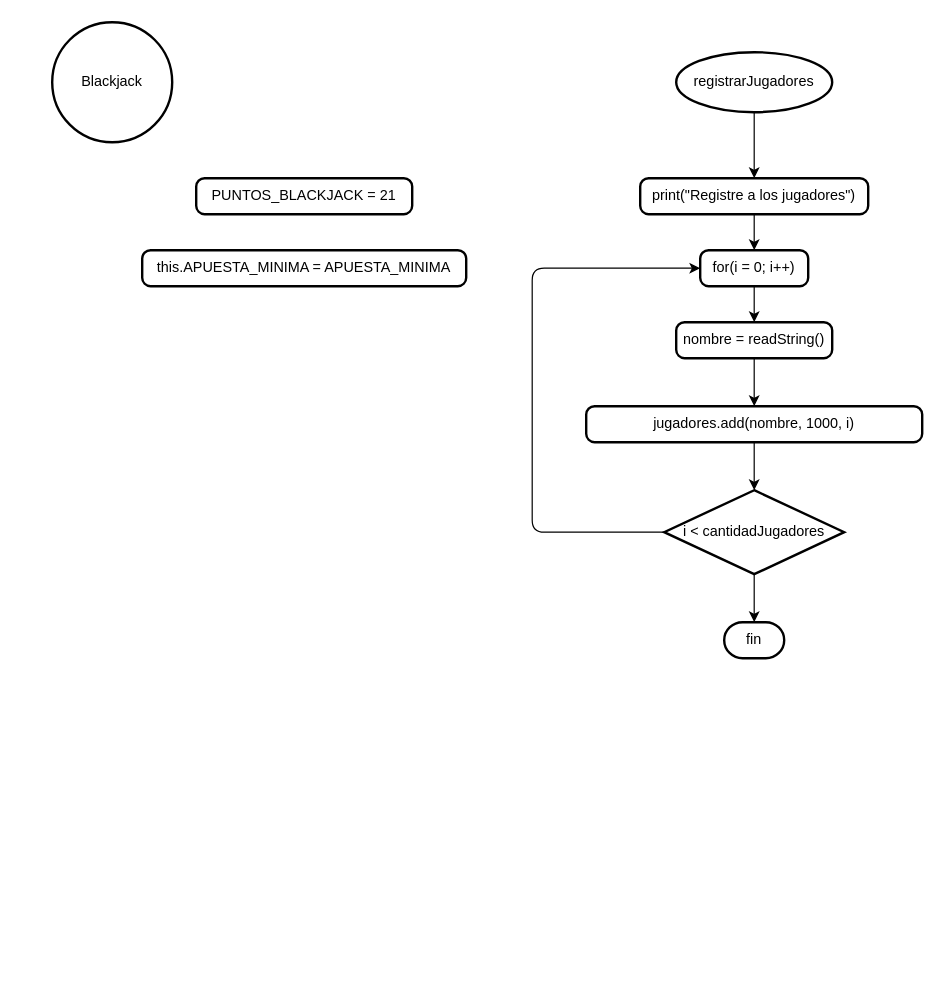
This is flowBlackjack.drawio from Sebastian1247/Juego_Baraja, a draw.io file, before an edit. Source tidied: cells renumbered, new cells numbered last; positions are measured from the earlier drawing's top-left corner, leaving out a move shared by most shapes. Both pictures are drawn from the tidied source at 120%, with x=0, y=0 at pixel (52, 22).
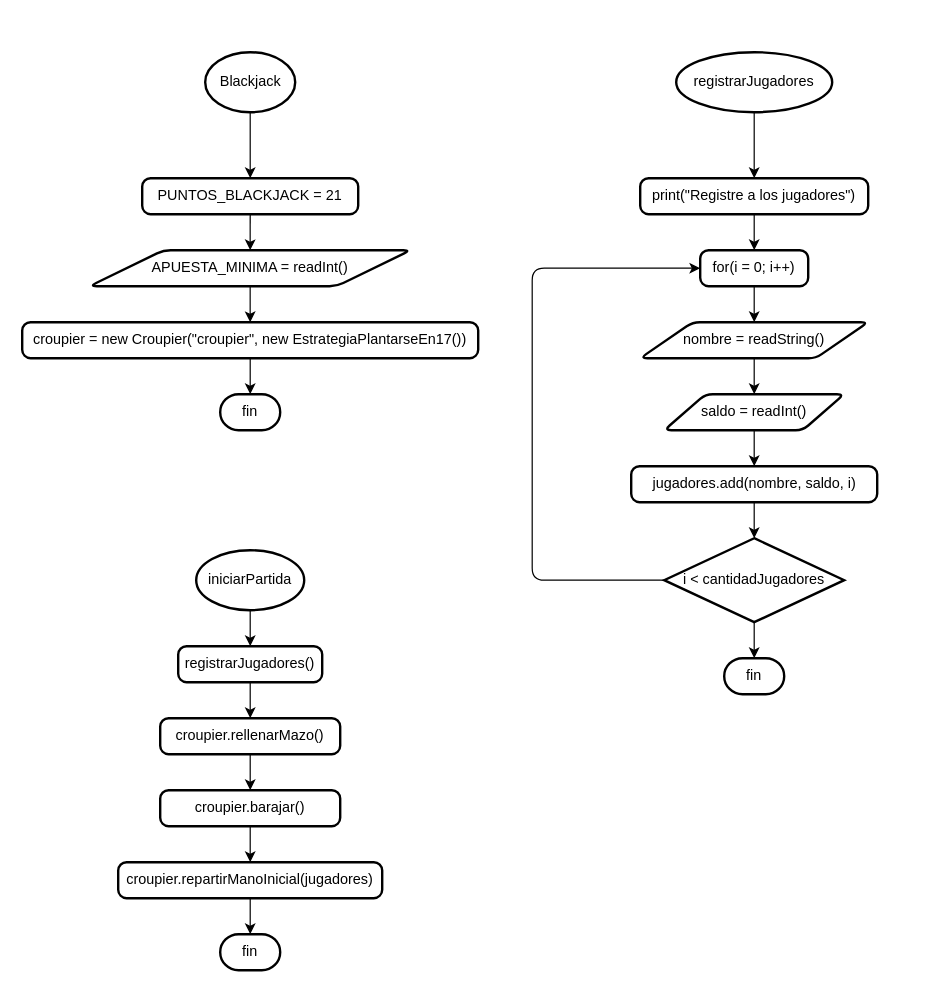
The same page after the edit.

Unchanged cells that the change refers to:
```xml
<mxCell id="14" value="for(i = 0; i++)" style="rounded=1;whiteSpace=wrap;html=1;absoluteArcSize=1;arcSize=14;strokeWidth=2;" parent="1" vertex="1">
  <mxGeometry x="540" y="190" width="90" height="30" as="geometry" />
</mxCell>
```

What changed in the source:
```diff
@@
+    <mxCell id="19" style="edgeStyle=none;html=1;exitX=0.5;exitY=1;exitDx=0;exitDy=0;exitPerimeter=0;entryX=0.5;entryY=0;entryDx=0;entryDy=0;" parent="1" edge="1" source="2" target="3">
+      <mxGeometry relative="1" as="geometry" />
+    </mxCell>
     <mxCell id="2" value="Blackjack" style="strokeWidth=2;html=1;shape=mxgraph.flowchart.start_2;whiteSpace=wrap;" parent="1" vertex="1">
-      <mxGeometry width="100" height="100" as="geometry" />
+      <mxGeometry x="127.5" y="25" width="75" height="50" as="geometry" />
     </mxCell>
+    <mxCell id="20" style="edgeStyle=none;html=1;exitX=0.5;exitY=1;exitDx=0;exitDy=0;entryX=0.5;entryY=0;entryDx=0;entryDy=0;" parent="1" edge="1" source="3" target="28">
+      <mxGeometry relative="1" as="geometry" />
+    </mxCell>
     <mxCell id="3" value="PUNTOS_BLACKJACK = 21" style="rounded=1;whiteSpace=wrap;html=1;absoluteArcSize=1;arcSize=14;strokeWidth=2;" parent="1" vertex="1">
-      <mxGeometry x="120" y="130" width="180" height="30" as="geometry" />
+      <mxGeometry x="75" y="130" width="180" height="30" as="geometry" />
     </mxCell>
-    <mxCell id="4" value="this.APUESTA_MINIMA = APUESTA_MINIMA" style="rounded=1;whiteSpace=wrap;html=1;absoluteArcSize=1;arcSize=14;strokeWidth=2;" parent="1" vertex="1">
-      <mxGeometry x="75" y="190" width="270" height="30" as="geometry" />
-    </mxCell>
@@
-    <mxCell id="10" value="jugadores.add(nombre, 1000, i)" style="rounded=1;whiteSpace=wrap;html=1;absoluteArcSize=1;arcSize=14;strokeWidth=2;" parent="1" vertex="1">
-      <mxGeometry x="445" y="320" width="280" height="30" as="geometry" />
+    <mxCell id="10" value="jugadores.add(nombre, saldo, i)" style="rounded=1;whiteSpace=wrap;html=1;absoluteArcSize=1;arcSize=14;strokeWidth=2;" parent="1" vertex="1">
+      <mxGeometry x="482.5" y="370" width="205" height="30" as="geometry" />
     </mxCell>
-    <mxCell id="11" style="edgeStyle=none;html=1;exitX=0.5;exitY=1;exitDx=0;exitDy=0;entryX=0.5;entryY=0;entryDx=0;entryDy=0;" parent="1" edge="1" source="12" target="10">
-      <mxGeometry relative="1" as="geometry" />
-    </mxCell>
-    <mxCell id="12" value="nombre = readString()" style="rounded=1;whiteSpace=wrap;html=1;absoluteArcSize=1;arcSize=14;strokeWidth=2;" parent="1" vertex="1">
-      <mxGeometry x="520" y="250" width="130" height="30" as="geometry" />
-    </mxCell>
@@
     <mxCell id="15" style="edgeStyle=none;html=1;exitX=0;exitY=0.5;exitDx=0;exitDy=0;exitPerimeter=0;entryX=0;entryY=0.5;entryDx=0;entryDy=0;" parent="1" edge="1" source="16" target="14">
       <mxGeometry relative="1" as="geometry">
         <Array as="points">
-          <mxPoint x="400" y="425" />
+          <mxPoint x="400" y="465" />
           <mxPoint x="400" y="205" />
         </Array>
       </mxGeometry>
     </mxCell>
     <mxCell id="16" value="i &amp;lt; cantidadJugadores" style="strokeWidth=2;html=1;shape=mxgraph.flowchart.decision;whiteSpace=wrap;" parent="1" vertex="1">
-      <mxGeometry x="510" y="390" width="150" height="70" as="geometry" />
+      <mxGeometry x="510" y="430" width="150" height="70" as="geometry" />
     </mxCell>
     <mxCell id="17" value="fin" style="strokeWidth=2;html=1;shape=mxgraph.flowchart.terminator;whiteSpace=wrap;" parent="1" vertex="1">
-      <mxGeometry x="560" y="500" width="50" height="30" as="geometry" />
+      <mxGeometry x="560" y="530" width="50" height="30" as="geometry" />
     </mxCell>
@@
+    <mxCell id="21" value="fin" style="strokeWidth=2;html=1;shape=mxgraph.flowchart.terminator;whiteSpace=wrap;" parent="1" vertex="1">
+      <mxGeometry x="140" y="310" width="50" height="30" as="geometry" />
+    </mxCell>
+    <mxCell id="22" style="edgeStyle=none;html=1;exitX=0.5;exitY=1;exitDx=0;exitDy=0;exitPerimeter=0;entryX=0.5;entryY=0;entryDx=0;entryDy=0;" parent="1" edge="1" source="23" target="26">
+      <mxGeometry relative="1" as="geometry" />
+    </mxCell>
+    <mxCell id="23" value="iniciarPartida" style="strokeWidth=2;html=1;shape=mxgraph.flowchart.start_2;whiteSpace=wrap;" parent="1" vertex="1">
+      <mxGeometry x="120" y="440" width="90" height="50" as="geometry" />
+    </mxCell>
+    <mxCell id="24" value="croupier = new Croupier(&quot;croupier&quot;, new EstrategiaPlantarseEn17())" style="rounded=1;whiteSpace=wrap;html=1;absoluteArcSize=1;arcSize=14;strokeWidth=2;" parent="1" vertex="1">
+      <mxGeometry x="-25" y="250" width="380" height="30" as="geometry" />
+    </mxCell>
+    <mxCell id="25" style="edgeStyle=none;html=1;exitX=0.5;exitY=1;exitDx=0;exitDy=0;entryX=0.5;entryY=0;entryDx=0;entryDy=0;" parent="1" edge="1" source="26" target="33">
+      <mxGeometry relative="1" as="geometry" />
+    </mxCell>
+    <mxCell id="26" value="registrarJugadores()" style="rounded=1;whiteSpace=wrap;html=1;absoluteArcSize=1;arcSize=14;strokeWidth=2;" parent="1" vertex="1">
+      <mxGeometry x="105" y="520" width="120" height="30" as="geometry" />
+    </mxCell>
+    <mxCell id="27" style="edgeStyle=none;html=1;exitX=0.5;exitY=1;exitDx=0;exitDy=0;entryX=0.5;entryY=0;entryDx=0;entryDy=0;" parent="1" edge="1" source="28" target="24">
+      <mxGeometry relative="1" as="geometry" />
+    </mxCell>
+    <mxCell id="28" value="&lt;span style=&quot;color: rgb(0, 0, 0);&quot;&gt;APUESTA_MINIMA = readInt()&lt;/span&gt;" style="shape=parallelogram;html=1;strokeWidth=2;perimeter=parallelogramPerimeter;whiteSpace=wrap;rounded=1;arcSize=12;size=0.23;" parent="1" vertex="1">
+      <mxGeometry x="31.2" y="190" width="267.5" height="30" as="geometry" />
+    </mxCell>
+    <mxCell id="29" style="edgeStyle=none;html=1;exitX=0.5;exitY=1;exitDx=0;exitDy=0;entryX=0.5;entryY=0;entryDx=0;entryDy=0;" parent="1" edge="1" source="30" target="10">
+      <mxGeometry relative="1" as="geometry" />
+    </mxCell>
+    <mxCell id="30" value="&lt;span style=&quot;color: rgb(0, 0, 0);&quot;&gt;saldo = readInt()&lt;/span&gt;" style="shape=parallelogram;html=1;strokeWidth=2;perimeter=parallelogramPerimeter;whiteSpace=wrap;rounded=1;arcSize=12;size=0.23;" parent="1" vertex="1">
+      <mxGeometry x="510" y="310" width="150" height="30" as="geometry" />
+    </mxCell>
+    <mxCell id="31" style="edgeStyle=none;html=1;exitX=0.5;exitY=1;exitDx=0;exitDy=0;entryX=0.5;entryY=0;entryDx=0;entryDy=0;" parent="1" edge="1" source="12" target="30">
+      <mxGeometry relative="1" as="geometry" />
+    </mxCell>
+    <mxCell id="12" value="&lt;span style=&quot;color: rgb(0, 0, 0);&quot;&gt;nombre = readString()&lt;/span&gt;" style="shape=parallelogram;html=1;strokeWidth=2;perimeter=parallelogramPerimeter;whiteSpace=wrap;rounded=1;arcSize=12;size=0.23;" parent="1" vertex="1">
+      <mxGeometry x="490" y="250" width="190" height="30" as="geometry" />
+    </mxCell>
+    <mxCell id="32" style="edgeStyle=none;html=1;exitX=0.5;exitY=1;exitDx=0;exitDy=0;entryX=0.5;entryY=0;entryDx=0;entryDy=0;" parent="1" edge="1" source="33" target="36">
+      <mxGeometry relative="1" as="geometry" />
+    </mxCell>
+    <mxCell id="33" value="croupier.rellenarMazo()" style="rounded=1;whiteSpace=wrap;html=1;absoluteArcSize=1;arcSize=14;strokeWidth=2;" parent="1" vertex="1">
+      <mxGeometry x="90" y="580" width="150" height="30" as="geometry" />
+    </mxCell>
+    <mxCell id="34" style="edgeStyle=none;html=1;exitX=0.5;exitY=1;exitDx=0;exitDy=0;entryX=0.5;entryY=0;entryDx=0;entryDy=0;entryPerimeter=0;" parent="1" edge="1" source="24" target="21">
+      <mxGeometry relative="1" as="geometry" />
+    </mxCell>
+    <mxCell id="35" style="edgeStyle=none;html=1;exitX=0.5;exitY=1;exitDx=0;exitDy=0;entryX=0.5;entryY=0;entryDx=0;entryDy=0;" parent="1" edge="1" source="36" target="37">
+      <mxGeometry relative="1" as="geometry" />
+    </mxCell>
+    <mxCell id="36" value="croupier.barajar()" style="rounded=1;whiteSpace=wrap;html=1;absoluteArcSize=1;arcSize=14;strokeWidth=2;" parent="1" vertex="1">
+      <mxGeometry x="90" y="640" width="150" height="30" as="geometry" />
+    </mxCell>
+    <mxCell id="37" value="croupier.repartirManoInicial(jugadores)" style="rounded=1;whiteSpace=wrap;html=1;absoluteArcSize=1;arcSize=14;strokeWidth=2;" parent="1" vertex="1">
+      <mxGeometry x="55" y="700" width="220" height="30" as="geometry" />
+    </mxCell>
+    <mxCell id="38" value="fin" style="strokeWidth=2;html=1;shape=mxgraph.flowchart.terminator;whiteSpace=wrap;" parent="1" vertex="1">
+      <mxGeometry x="140" y="760" width="50" height="30" as="geometry" />
+    </mxCell>
+    <mxCell id="39" style="edgeStyle=none;html=1;exitX=0.5;exitY=1;exitDx=0;exitDy=0;entryX=0.5;entryY=0;entryDx=0;entryDy=0;entryPerimeter=0;" parent="1" edge="1" source="37" target="38">
+      <mxGeometry relative="1" as="geometry" />
+    </mxCell>
```
